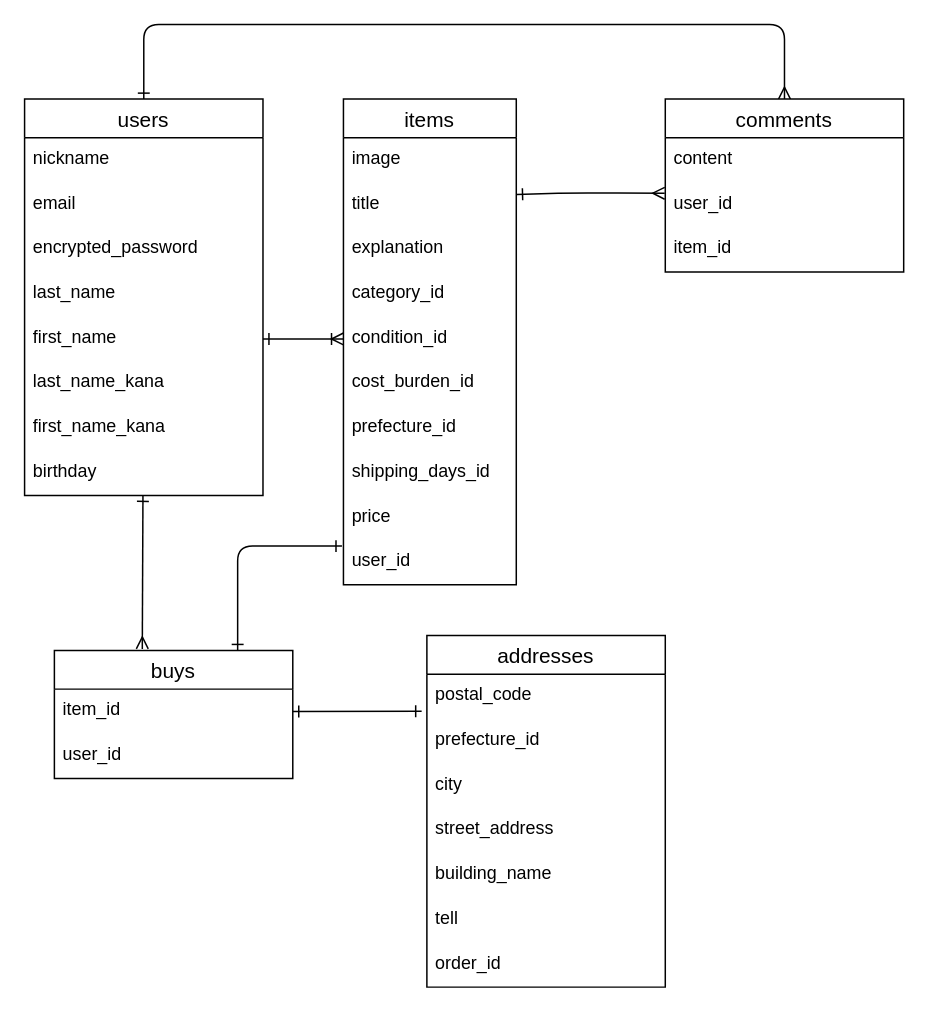
Before: furima-3987.dio in 21shige/furima-39837, a draw.io diagram. Source tidied: cells renumbered, new cells numbered last; positions are measured from the earlier drawing's top-left corner, leaving out a move shared by most shapes. Both pictures are drawn from the tidied source at 149%, with x=0, y=0 at pixel (24, 24).
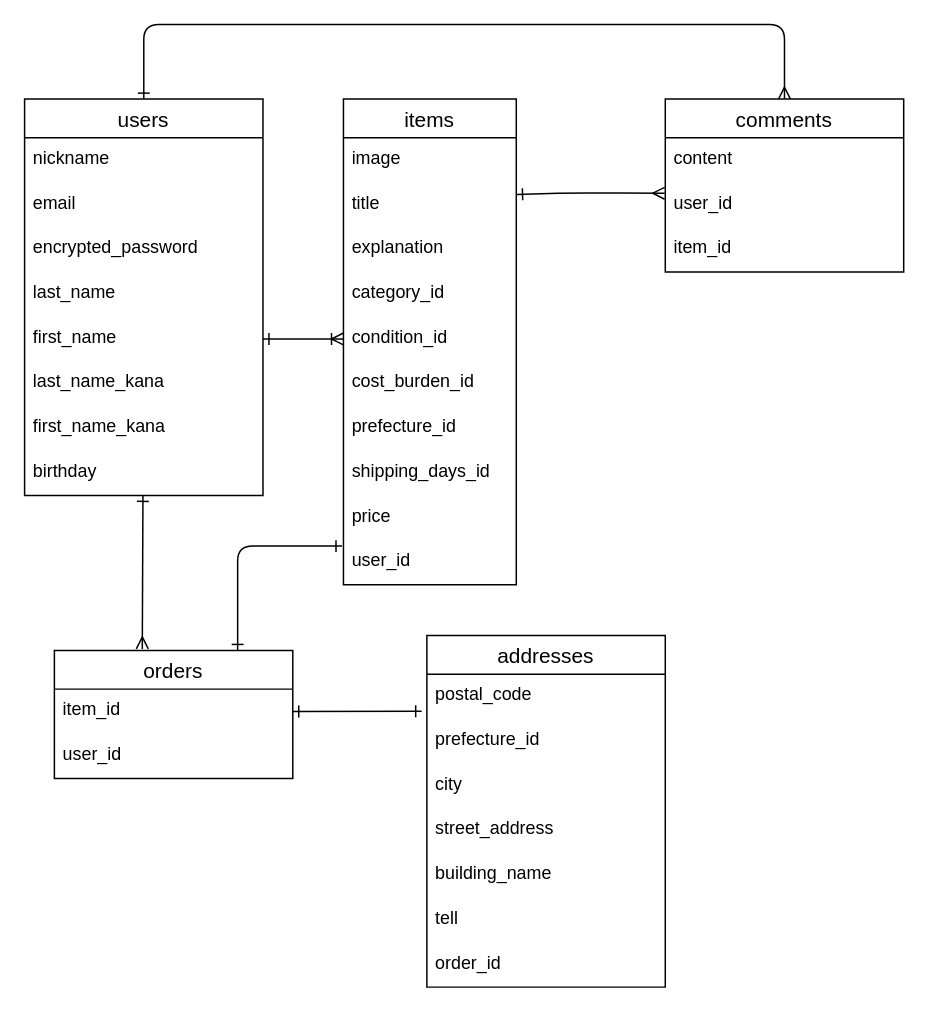
Above is the later version.

Change to the diagram source:
```diff
@@
-    <mxCell id="30" value="buys" style="swimlane;fontStyle=0;horizontal=1;startSize=26;align=center;fontSize=14;" parent="1" vertex="1">
+    <mxCell id="30" value="orders" style="swimlane;fontStyle=0;horizontal=1;startSize=26;align=center;fontSize=14;" parent="1" vertex="1">
       <mxGeometry x="20" y="420" width="160" height="86" as="geometry" />
     </mxCell>
```
